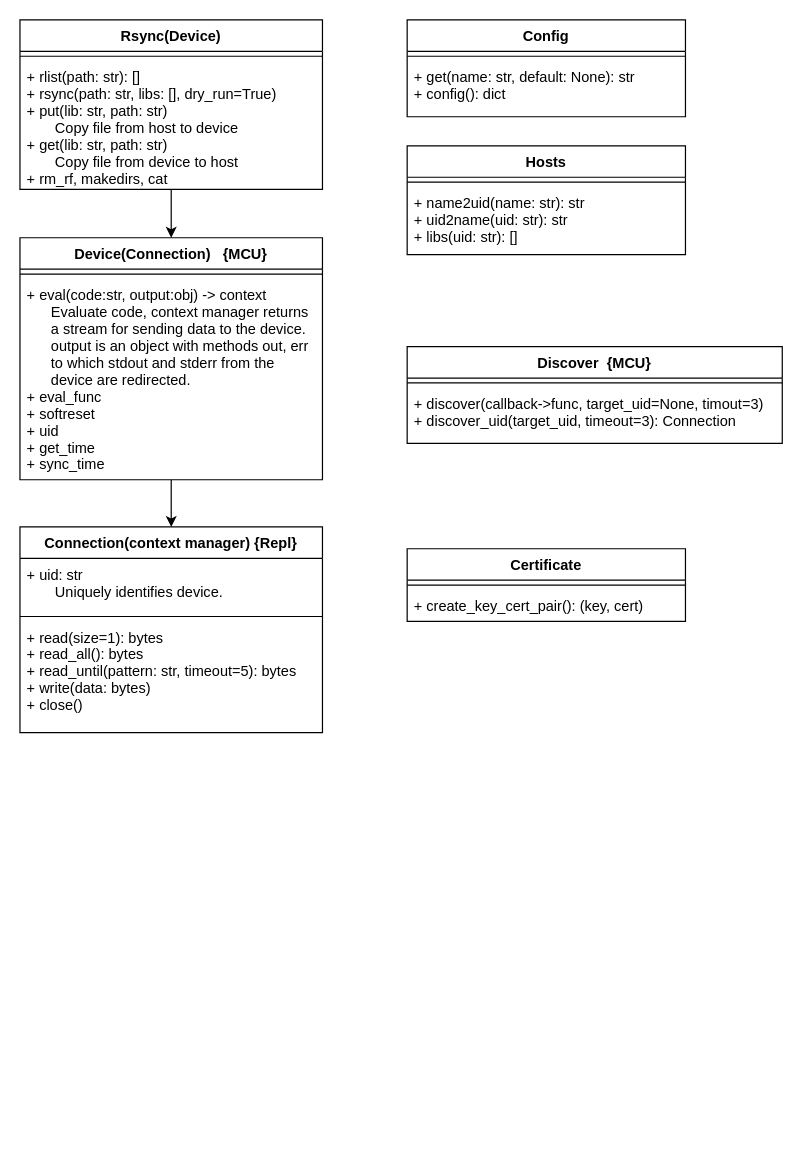
This is overview.dio from vtt-info/iot-device, a draw.io file, before an edit. Source tidied: cells renumbered, new cells numbered last; positions are measured from the earlier drawing's top-left corner, leaving out a move shared by most shapes. Both pictures are drawn from the tidied source at 121%, with x=0, y=0 at pixel (19, 19).
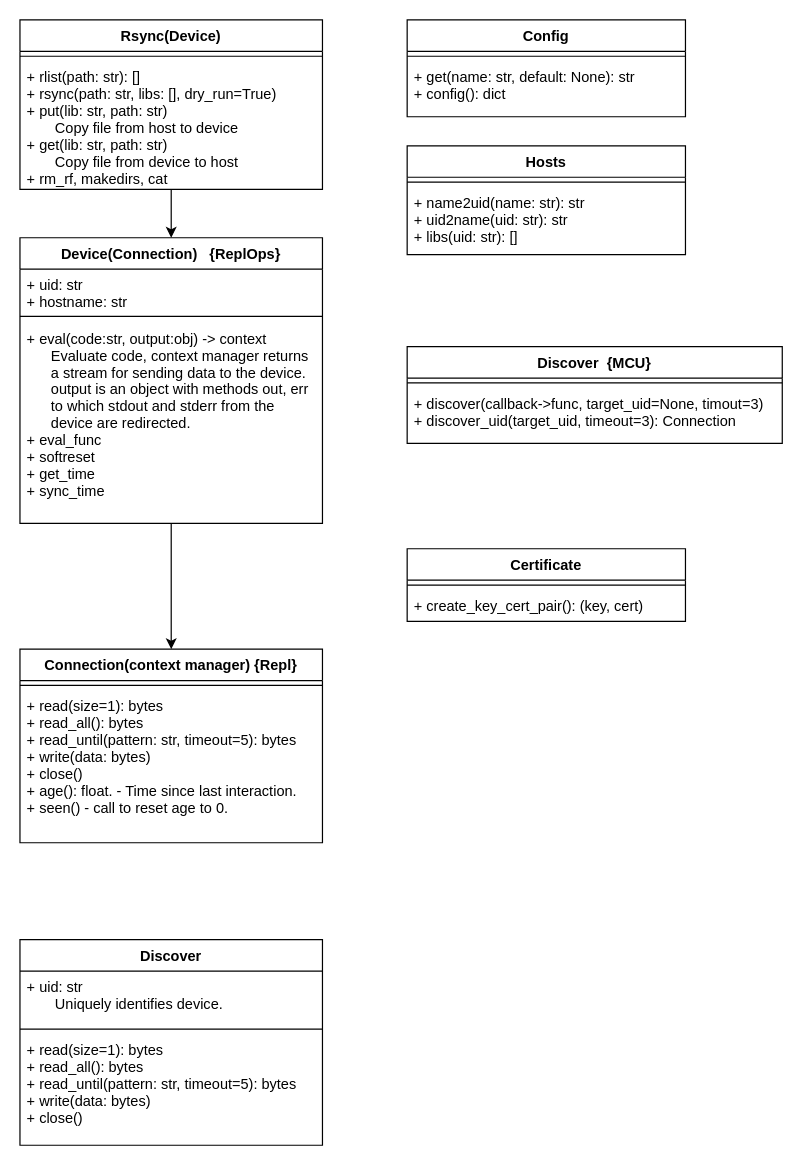
After the change.

The edit, as a diff of the source:
```diff
@@
-    <mxCell id="3" value="Device(Connection)   {MCU}" style="swimlane;fontStyle=1;align=center;verticalAlign=top;horizontal=1;startSize=26;swimlaneFillColor=#ffffff;" parent="1" vertex="1">
-      <mxGeometry y="180" width="250" height="200" as="geometry" />
+    <mxCell id="3" value="Device(Connection)   {ReplOps}" style="swimlane;fontStyle=1;align=center;verticalAlign=top;horizontal=1;startSize=26;swimlaneFillColor=#ffffff;" parent="1" vertex="1">
+      <mxGeometry y="180" width="250" height="236" as="geometry" />
     </mxCell>
+    <mxCell id="26" value="+ uid: str&#10;+ hostname: str" style="text;strokeColor=none;fillColor=none;align=left;verticalAlign=top;spacingLeft=4;spacingRight=4;overflow=hidden;" parent="3" vertex="1">
+      <mxGeometry y="26" width="250" height="34" as="geometry" />
+    </mxCell>
     <mxCell id="4" style="line;strokeWidth=1;fillColor=none;align=left;verticalAlign=middle;spacingTop=-1;spacingLeft=3;spacingRight=3;labelPosition=right;" parent="3" vertex="1">
-      <mxGeometry y="26" width="250" height="8" as="geometry" />
+      <mxGeometry y="60" width="250" height="10" as="geometry" />
     </mxCell>
-    <mxCell id="5" value="+ eval(code:str, output:obj) -&gt; context&#10;      Evaluate code, context manager returns &#10;      a stream for sending data to the device.&#10;      output is an object with methods out, err&#10;      to which stdout and stderr from the &#10;      device are redirected.&#10;+ eval_func&#10;+ softreset&#10;+ uid&#10;+ get_time&#10;+ sync_time&#10;&#10;" style="text;strokeColor=none;fillColor=none;align=left;verticalAlign=top;spacingLeft=4;spacingRight=4;overflow=hidden;" parent="3" vertex="1">
-      <mxGeometry y="34" width="250" height="166" as="geometry" />
+    <mxCell id="5" value="+ eval(code:str, output:obj) -&gt; context&#10;      Evaluate code, context manager returns &#10;      a stream for sending data to the device.&#10;      output is an object with methods out, err&#10;      to which stdout and stderr from the &#10;      device are redirected.&#10;+ eval_func&#10;+ softreset&#10;+ get_time&#10;+ sync_time&#10;&#10;" style="text;strokeColor=none;fillColor=none;align=left;verticalAlign=top;spacingLeft=4;spacingRight=4;overflow=hidden;" parent="3" vertex="1">
+      <mxGeometry y="70" width="250" height="166" as="geometry" />
     </mxCell>
     <mxCell id="6" value="Connection(context manager) {Repl}" style="swimlane;fontStyle=1;align=center;verticalAlign=top;horizontal=1;startSize=26;swimlaneFillColor=#ffffff;" parent="1" vertex="1">
-      <mxGeometry y="419" width="250" height="170" as="geometry" />
+      <mxGeometry y="520" width="250" height="160" as="geometry" />
     </mxCell>
-    <mxCell id="7" value="+ uid: str&#10;       Uniquely identifies device." style="text;strokeColor=none;fillColor=none;align=left;verticalAlign=top;spacingLeft=4;spacingRight=4;overflow=hidden;" parent="6" vertex="1">
-      <mxGeometry y="26" width="250" height="44" as="geometry" />
-    </mxCell>
     <mxCell id="8" style="line;strokeWidth=1;fillColor=none;align=left;verticalAlign=middle;spacingTop=-1;spacingLeft=3;spacingRight=3;labelPosition=right;" parent="6" vertex="1">
-      <mxGeometry y="70" width="250" height="8" as="geometry" />
+      <mxGeometry y="26" width="250" height="8" as="geometry" />
     </mxCell>
-    <mxCell id="9" value="+ read(size=1): bytes&#10;+ read_all(): bytes&#10;+ read_until(pattern: str, timeout=5): bytes&#10;+ write(data: bytes)&#10;+ close()" style="text;strokeColor=none;fillColor=none;align=left;verticalAlign=top;spacingLeft=4;spacingRight=4;overflow=hidden;" parent="6" vertex="1">
-      <mxGeometry y="78" width="250" height="92" as="geometry" />
+    <mxCell id="9" value="+ read(size=1): bytes&#10;+ read_all(): bytes&#10;+ read_until(pattern: str, timeout=5): bytes&#10;+ write(data: bytes)&#10;+ close()&#10;+ age(): float. - Time since last interaction.&#10;+ seen() - call to reset age to 0.&#10;" style="text;strokeColor=none;fillColor=none;align=left;verticalAlign=top;spacingLeft=4;spacingRight=4;overflow=hidden;" parent="6" vertex="1">
+      <mxGeometry y="34" width="250" height="126" as="geometry" />
     </mxCell>
@@
+    <mxCell id="27" value="Discover" style="swimlane;fontStyle=1;align=center;verticalAlign=top;horizontal=1;startSize=26;swimlaneFillColor=#ffffff;" parent="1" vertex="1">
+      <mxGeometry y="760" width="250" height="170" as="geometry" />
+    </mxCell>
+    <mxCell id="7" value="+ uid: str&#10;       Uniquely identifies device." style="text;strokeColor=none;fillColor=none;align=left;verticalAlign=top;spacingLeft=4;spacingRight=4;overflow=hidden;" parent="27" vertex="1">
+      <mxGeometry y="26" width="250" height="44" as="geometry" />
+    </mxCell>
+    <mxCell id="28" style="line;strokeWidth=1;fillColor=none;align=left;verticalAlign=middle;spacingTop=-1;spacingLeft=3;spacingRight=3;labelPosition=right;" parent="27" vertex="1">
+      <mxGeometry y="70" width="250" height="8" as="geometry" />
+    </mxCell>
+    <mxCell id="29" value="+ read(size=1): bytes&#10;+ read_all(): bytes&#10;+ read_until(pattern: str, timeout=5): bytes&#10;+ write(data: bytes)&#10;+ close()" style="text;strokeColor=none;fillColor=none;align=left;verticalAlign=top;spacingLeft=4;spacingRight=4;overflow=hidden;" parent="27" vertex="1">
+      <mxGeometry y="78" width="250" height="92" as="geometry" />
+    </mxCell>
```
